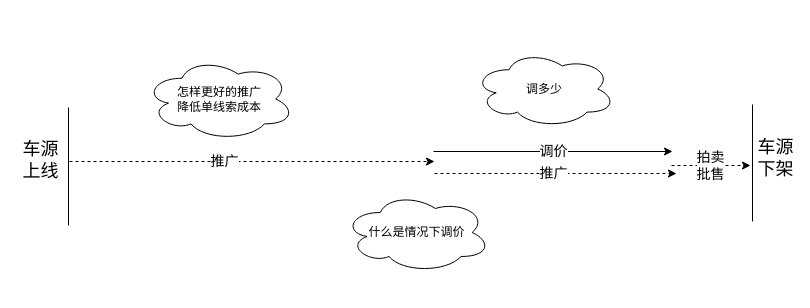
Before: modify_price_yingxiao.drawio in mrlonely001/gittest, a draw.io diagram. Source tidied: cells renumbered, new cells numbered last; positions are measured from the earlier drawing's top-left corner, leaving out a move shared by most shapes. Both pictures are drawn from the tidied source at 100%, with x=0, y=0 at pixel (17, 50).
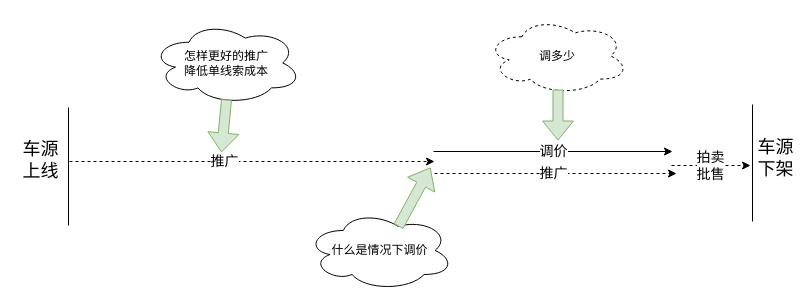
Above is the later version.

The edit, as a diff of the source:
```diff
@@
     <mxCell id="11" value="怎样更好的推广&lt;br&gt;降低单线索成本" style="ellipse;shape=cloud;whiteSpace=wrap;html=1;" parent="1" vertex="1">
-      <mxGeometry x="127" y="7" width="150" height="83" as="geometry" />
+      <mxGeometry x="134" y="-29" width="150" height="83" as="geometry" />
     </mxCell>
     <mxCell id="12" value="什么是情况下调价" style="ellipse;shape=cloud;whiteSpace=wrap;html=1;" parent="1" vertex="1">
-      <mxGeometry x="326" y="142" width="147" height="80" as="geometry" />
+      <mxGeometry x="289" y="160" width="147" height="80" as="geometry" />
     </mxCell>
-    <mxCell id="13" value="调多少" style="ellipse;shape=cloud;whiteSpace=wrap;html=1;" parent="1" vertex="1">
-      <mxGeometry x="456" width="142" height="77" as="geometry" />
+    <mxCell id="13" value="调多少" style="ellipse;shape=cloud;whiteSpace=wrap;html=1;dashed=1;" parent="1" vertex="1">
+      <mxGeometry x="469" y="-33" width="142" height="77" as="geometry" />
     </mxCell>
+    <mxCell id="14" style="shape=flexArrow;endArrow=classic;html=1;fillColor=#d5e8d4;strokeColor=#82b366;" parent="1" edge="1">
+      <mxGeometry relative="1" as="geometry">
+        <mxPoint x="209" y="49" as="sourcePoint" />
+        <mxPoint x="204" y="102" as="targetPoint" />
+      </mxGeometry>
+    </mxCell>
+    <mxCell id="15" style="shape=flexArrow;endArrow=classic;html=1;fillColor=#d5e8d4;strokeColor=#82b366;width=10;endSize=6;" parent="1" edge="1">
+      <mxGeometry relative="1" as="geometry">
+        <mxPoint x="540.5" y="39" as="sourcePoint" />
+        <mxPoint x="540.5" y="90" as="targetPoint" />
+      </mxGeometry>
+    </mxCell>
+    <mxCell id="16" style="shape=flexArrow;endArrow=classic;html=1;fillColor=#d5e8d4;strokeColor=#82b366;exitX=0.625;exitY=0.2;exitDx=0;exitDy=0;exitPerimeter=0;" parent="1" edge="1" source="12">
+      <mxGeometry relative="1" as="geometry">
+        <mxPoint x="413" y="117" as="targetPoint" />
+      </mxGeometry>
+    </mxCell>
```
